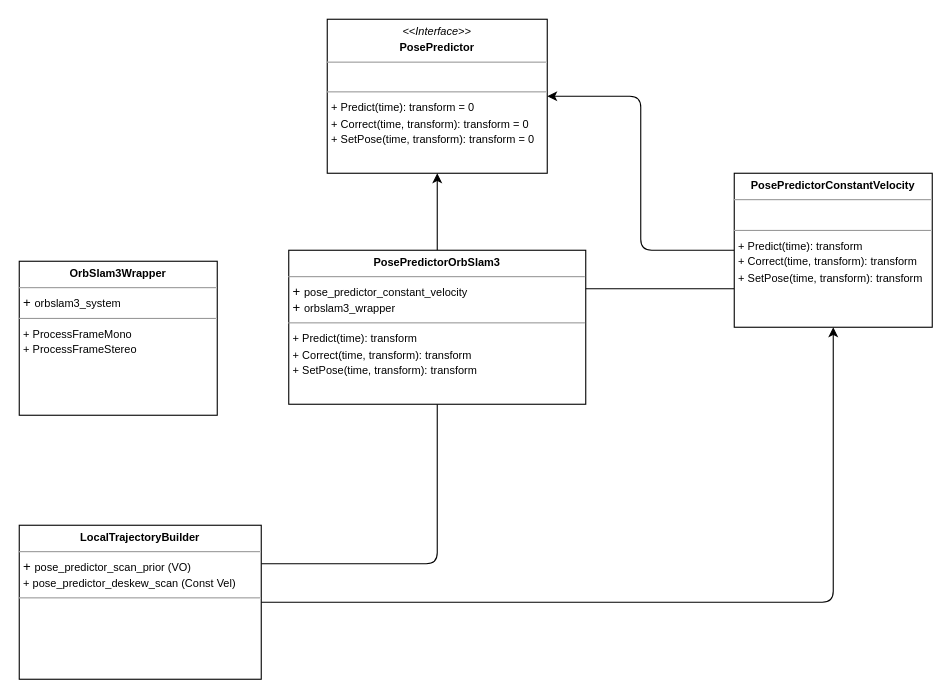
Before: OrbSlam3 Pose Predictor.drawio in arihantlunawat/arihantlunawat, a draw.io diagram. Source tidied: cells renumbered, new cells numbered last; positions are measured from the earlier drawing's top-left corner, leaving out a move shared by most shapes. Both pictures are drawn from the tidied source at 110%, with x=0, y=0 at pixel (19, 19).
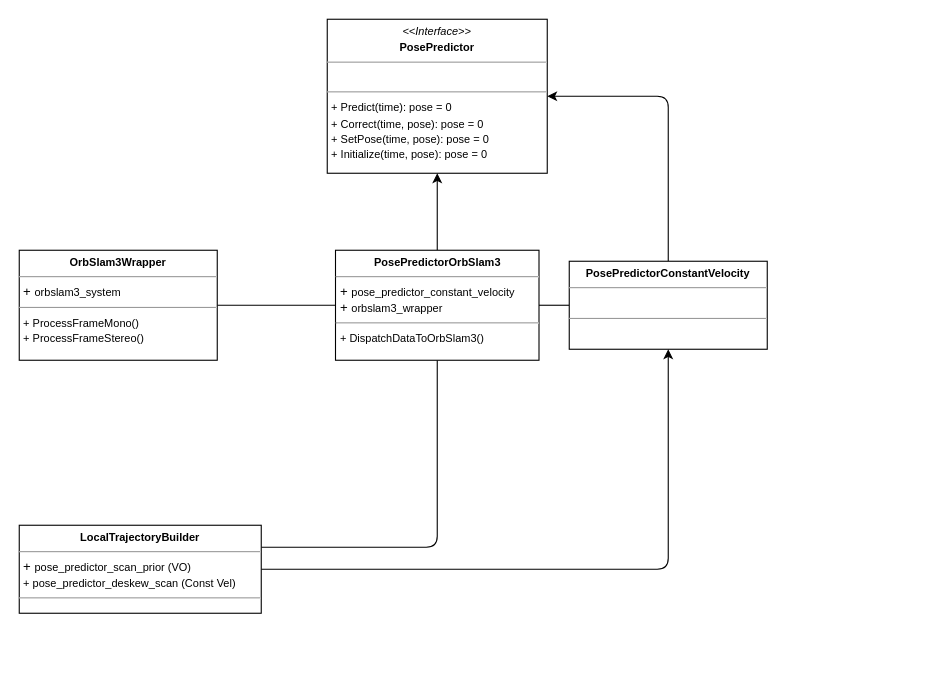
After the change.

The edit, as a diff of the source:
```diff
@@
 <mxGraphModel>
   <root>
     <mxCell id="0" />
     <mxCell id="1" parent="0" />
-    <mxCell id="2" value="&lt;p style=&quot;margin:0px;margin-top:4px;text-align:center;&quot;&gt;&lt;font style=&quot;font-size: 10px;&quot;&gt;&lt;i&gt;&amp;lt;&amp;lt;Interface&amp;gt;&amp;gt;&lt;/i&gt;&lt;br&gt;&lt;b&gt;PosePredictor&lt;/b&gt;&lt;/font&gt;&lt;/p&gt;&lt;hr size=&quot;1&quot;&gt;&lt;p style=&quot;margin:0px;margin-left:4px;&quot;&gt;&lt;br&gt;&lt;/p&gt;&lt;hr size=&quot;1&quot;&gt;&lt;p style=&quot;margin:0px;margin-left:4px;&quot;&gt;&lt;font style=&quot;font-size: 10px;&quot;&gt;+ Predict(time): transform = 0&lt;br&gt;+ Correct(time, transform): transform = 0&lt;/font&gt;&lt;/p&gt;&lt;p style=&quot;margin:0px;margin-left:4px;&quot;&gt;&lt;font style=&quot;font-size: 10px;&quot;&gt;+ SetPose(time, transform): transform = 0&lt;/font&gt;&lt;/p&gt;" style="verticalAlign=top;align=left;overflow=fill;fontSize=12;fontFamily=Helvetica;html=1;rounded=0;shadow=0;comic=0;labelBackgroundColor=none;strokeWidth=1;" parent="1" vertex="1">
+    <mxCell id="2" value="&lt;p style=&quot;margin:0px;margin-top:4px;text-align:center;&quot;&gt;&lt;font style=&quot;font-size: 10px;&quot;&gt;&lt;i&gt;&amp;lt;&amp;lt;Interface&amp;gt;&amp;gt;&lt;/i&gt;&lt;br&gt;&lt;b&gt;PosePredictor&lt;/b&gt;&lt;/font&gt;&lt;/p&gt;&lt;hr size=&quot;1&quot;&gt;&lt;p style=&quot;margin:0px;margin-left:4px;&quot;&gt;&lt;br&gt;&lt;/p&gt;&lt;hr size=&quot;1&quot;&gt;&lt;p style=&quot;margin:0px;margin-left:4px;&quot;&gt;&lt;font style=&quot;font-size: 10px;&quot;&gt;+ Predict(time): pose = 0&lt;br&gt;+ Correct(time, pose): pose = 0&lt;/font&gt;&lt;/p&gt;&lt;p style=&quot;margin:0px;margin-left:4px;&quot;&gt;&lt;font style=&quot;font-size: 10px;&quot;&gt;+ SetPose(time, pose): pose = 0&lt;/font&gt;&lt;/p&gt;&lt;p style=&quot;margin:0px;margin-left:4px;&quot;&gt;&lt;font style=&quot;font-size: 10px;&quot;&gt;+ Initialize(time, pose): pose = 0&lt;/font&gt;&lt;/p&gt;" style="verticalAlign=top;align=left;overflow=fill;fontSize=12;fontFamily=Helvetica;html=1;rounded=0;shadow=0;comic=0;labelBackgroundColor=none;strokeWidth=1;" parent="1" vertex="1">
       <mxGeometry x="280" width="200" height="140" as="geometry" />
     </mxCell>
     <mxCell id="3" style="edgeStyle=orthogonalEdgeStyle;rounded=1;jettySize=auto;html=1;entryX=0.5;entryY=1;entryDx=0;entryDy=0;curved=0;" parent="1" edge="1" source="5" target="2">
       <mxGeometry relative="1" as="geometry" />
     </mxCell>
     <mxCell id="4" style="edgeStyle=orthogonalEdgeStyle;rounded=1;jettySize=auto;html=1;exitX=0.5;exitY=1;exitDx=0;exitDy=0;entryX=1;entryY=0.25;entryDx=0;entryDy=0;endArrow=none;endFill=0;curved=0;" parent="1" edge="1" source="5" target="10">
       <mxGeometry relative="1" as="geometry" />
     </mxCell>
-    <mxCell id="5" value="&lt;p style=&quot;margin:0px;margin-top:4px;text-align:center;&quot;&gt;&lt;b&gt;&lt;font style=&quot;font-size: 10px;&quot;&gt;PosePredictorOrbSlam3&lt;/font&gt;&lt;/b&gt;&lt;/p&gt;&lt;hr size=&quot;1&quot;&gt;&lt;p style=&quot;margin:0px;margin-left:4px;&quot;&gt;+ &lt;font style=&quot;font-size: 10px;&quot;&gt;pose_predictor_constant_velocity&lt;/font&gt;&lt;/p&gt;&lt;p style=&quot;margin:0px;margin-left:4px;&quot;&gt;+ &lt;font style=&quot;font-size: 10px;&quot;&gt;orbslam3_wrapper&lt;/font&gt;&lt;/p&gt;&lt;hr size=&quot;1&quot;&gt;&lt;p style=&quot;margin:0px;margin-left:4px;&quot;&gt;&lt;font style=&quot;font-size: 10px;&quot;&gt;+ Predict(time): transform&lt;br&gt;+ Correct(time, transform): transform&lt;/font&gt;&lt;/p&gt;&lt;p style=&quot;margin:0px;margin-left:4px;&quot;&gt;&lt;font style=&quot;font-size: 10px;&quot;&gt;+ SetPose(time, transform): transform&lt;/font&gt;&lt;/p&gt;" style="verticalAlign=top;align=left;overflow=fill;fontSize=12;fontFamily=Helvetica;html=1;rounded=0;shadow=0;comic=0;labelBackgroundColor=none;strokeWidth=1;" parent="1" vertex="1">
-      <mxGeometry x="245" y="210" width="270" height="140" as="geometry" />
+    <mxCell id="5" value="&lt;p style=&quot;margin:0px;margin-top:4px;text-align:center;&quot;&gt;&lt;b&gt;&lt;font style=&quot;font-size: 10px;&quot;&gt;PosePredictorOrbSlam3&lt;/font&gt;&lt;/b&gt;&lt;/p&gt;&lt;hr size=&quot;1&quot;&gt;&lt;p style=&quot;margin:0px;margin-left:4px;&quot;&gt;+ &lt;font style=&quot;font-size: 10px;&quot;&gt;pose_predictor_constant_velocity&lt;/font&gt;&lt;/p&gt;&lt;p style=&quot;margin:0px;margin-left:4px;&quot;&gt;+ &lt;font style=&quot;font-size: 10px;&quot;&gt;orbslam3_wrapper&lt;/font&gt;&lt;/p&gt;&lt;hr size=&quot;1&quot;&gt;&lt;p style=&quot;margin:0px;margin-left:4px;&quot;&gt;&lt;span style=&quot;font-size: 10px;&quot;&gt;+ DispatchDataToOrbSlam3()&lt;/span&gt;&lt;/p&gt;" style="verticalAlign=top;align=left;overflow=fill;fontSize=12;fontFamily=Helvetica;html=1;rounded=0;shadow=0;comic=0;labelBackgroundColor=none;strokeWidth=1;" parent="1" vertex="1">
+      <mxGeometry x="287.5" y="210" width="185" height="100" as="geometry" />
     </mxCell>
-    <mxCell id="6" style="edgeStyle=orthogonalEdgeStyle;rounded=1;jettySize=auto;html=1;exitX=0;exitY=0.5;exitDx=0;exitDy=0;entryX=1;entryY=0.5;entryDx=0;entryDy=0;curved=0;" parent="1" edge="1" source="8" target="2">
+    <mxCell id="6" style="edgeStyle=orthogonalEdgeStyle;rounded=1;jettySize=auto;html=1;exitX=0.5;exitY=0;exitDx=0;exitDy=0;entryX=1;entryY=0.5;entryDx=0;entryDy=0;curved=0;" parent="1" edge="1" source="8" target="2">
       <mxGeometry relative="1" as="geometry" />
     </mxCell>
-    <mxCell id="7" style="edgeStyle=orthogonalEdgeStyle;rounded=0;jettySize=auto;html=1;exitX=0;exitY=0.75;exitDx=0;exitDy=0;entryX=1;entryY=0.25;entryDx=0;entryDy=0;endArrow=none;endFill=0;" parent="1" edge="1" source="8" target="5">
+    <mxCell id="7" style="edgeStyle=orthogonalEdgeStyle;rounded=0;jettySize=auto;html=1;exitX=0;exitY=0.5;exitDx=0;exitDy=0;entryX=1;entryY=0.5;entryDx=0;entryDy=0;endArrow=none;endFill=0;" parent="1" edge="1" source="8" target="5">
       <mxGeometry relative="1" as="geometry" />
     </mxCell>
-    <mxCell id="8" value="&lt;p style=&quot;margin:0px;margin-top:4px;text-align:center;&quot;&gt;&lt;b&gt;&lt;font style=&quot;font-size: 10px;&quot;&gt;PosePredictorConstantVelocity&lt;/font&gt;&lt;/b&gt;&lt;/p&gt;&lt;hr size=&quot;1&quot;&gt;&lt;p style=&quot;margin:0px;margin-left:4px;&quot;&gt;&lt;br&gt;&lt;/p&gt;&lt;hr size=&quot;1&quot;&gt;&lt;p style=&quot;margin:0px;margin-left:4px;&quot;&gt;&lt;font style=&quot;font-size: 10px;&quot;&gt;+ Predict(time): transform&lt;br&gt;+ Correct(time, transform): transform&lt;/font&gt;&lt;/p&gt;&lt;p style=&quot;margin:0px;margin-left:4px;&quot;&gt;&lt;font style=&quot;font-size: 10px;&quot;&gt;+ SetPose(time, transform): transform&lt;/font&gt;&lt;/p&gt;" style="verticalAlign=top;align=left;overflow=fill;fontSize=12;fontFamily=Helvetica;html=1;rounded=0;shadow=0;comic=0;labelBackgroundColor=none;strokeWidth=1;" parent="1" vertex="1">
-      <mxGeometry x="650" y="140" width="180" height="140" as="geometry" />
+    <mxCell id="8" value="&lt;p style=&quot;margin:0px;margin-top:4px;text-align:center;&quot;&gt;&lt;b&gt;&lt;font style=&quot;font-size: 10px;&quot;&gt;PosePredictorConstantVelocity&lt;/font&gt;&lt;/b&gt;&lt;/p&gt;&lt;hr size=&quot;1&quot;&gt;&lt;p style=&quot;margin:0px;margin-left:4px;&quot;&gt;&lt;br&gt;&lt;/p&gt;&lt;hr size=&quot;1&quot;&gt;&lt;p style=&quot;margin:0px;margin-left:4px;&quot;&gt;&lt;br&gt;&lt;/p&gt;" style="verticalAlign=top;align=left;overflow=fill;fontSize=12;fontFamily=Helvetica;html=1;rounded=0;shadow=0;comic=0;labelBackgroundColor=none;strokeWidth=1;" parent="1" vertex="1">
+      <mxGeometry x="500" y="220" width="180" height="80" as="geometry" />
     </mxCell>
     <mxCell id="9" style="edgeStyle=orthogonalEdgeStyle;rounded=1;jettySize=auto;html=1;exitX=1;exitY=0.5;exitDx=0;exitDy=0;entryX=0.5;entryY=1;entryDx=0;entryDy=0;curved=0;" parent="1" edge="1" source="10" target="8">
       <mxGeometry relative="1" as="geometry" />
     </mxCell>
     <mxCell id="10" value="&lt;p style=&quot;margin:0px;margin-top:4px;text-align:center;&quot;&gt;&lt;b&gt;&lt;font style=&quot;font-size: 10px;&quot;&gt;LocalTrajectoryBuilder&lt;/font&gt;&lt;/b&gt;&lt;/p&gt;&lt;hr size=&quot;1&quot;&gt;&lt;p style=&quot;margin:0px;margin-left:4px;&quot;&gt;+ &lt;font style=&quot;font-size: 10px;&quot;&gt;pose_predictor_scan_prior (VO)&lt;/font&gt;&lt;/p&gt;&lt;p style=&quot;margin:0px;margin-left:4px;&quot;&gt;&lt;font style=&quot;font-size: 10px;&quot;&gt;+ pose_predictor_deskew_scan (Const Vel)&lt;/font&gt;&lt;/p&gt;&lt;hr size=&quot;1&quot;&gt;&lt;p style=&quot;margin:0px;margin-left:4px;&quot;&gt;&lt;br&gt;&lt;/p&gt;" style="verticalAlign=top;align=left;overflow=fill;fontSize=12;fontFamily=Helvetica;html=1;rounded=0;shadow=0;comic=0;labelBackgroundColor=none;strokeWidth=1;" parent="1" vertex="1">
-      <mxGeometry y="460" width="220" height="140" as="geometry" />
+      <mxGeometry y="460" width="220" height="80" as="geometry" />
     </mxCell>
+    <mxCell id="12" style="edgeStyle=orthogonalEdgeStyle;rounded=1;jettySize=auto;html=1;entryX=0;entryY=0.5;entryDx=0;entryDy=0;endArrow=none;endFill=0;curved=0;" parent="1" edge="1" source="11" target="5">
+      <mxGeometry relative="1" as="geometry" />
+    </mxCell>
-    <mxCell id="11" value="&lt;p style=&quot;margin:0px;margin-top:4px;text-align:center;&quot;&gt;&lt;b&gt;&lt;font style=&quot;font-size: 10px;&quot;&gt;OrbSlam3Wrapper&lt;/font&gt;&lt;/b&gt;&lt;/p&gt;&lt;hr size=&quot;1&quot;&gt;&lt;p style=&quot;margin:0px;margin-left:4px;&quot;&gt;+ &lt;font style=&quot;font-size: 10px;&quot;&gt;orbslam3_system&lt;/font&gt;&lt;/p&gt;&lt;hr size=&quot;1&quot;&gt;&lt;p style=&quot;margin:0px;margin-left:4px;&quot;&gt;&lt;font style=&quot;font-size: 10px;&quot;&gt;+ ProcessFrameMono&lt;/font&gt;&lt;/p&gt;&lt;p style=&quot;margin:0px;margin-left:4px;&quot;&gt;&lt;font style=&quot;font-size: 10px;&quot;&gt;+ ProcessFrameStereo&lt;/font&gt;&lt;/p&gt;" style="verticalAlign=top;align=left;overflow=fill;fontSize=12;fontFamily=Helvetica;html=1;rounded=0;shadow=0;comic=0;labelBackgroundColor=none;strokeWidth=1;" parent="1" vertex="1">
-      <mxGeometry y="220" width="180" height="140" as="geometry" />
+    <mxCell id="11" value="&lt;p style=&quot;margin:0px;margin-top:4px;text-align:center;&quot;&gt;&lt;b&gt;&lt;font style=&quot;font-size: 10px;&quot;&gt;OrbSlam3Wrapper&lt;/font&gt;&lt;/b&gt;&lt;/p&gt;&lt;hr size=&quot;1&quot;&gt;&lt;p style=&quot;margin:0px;margin-left:4px;&quot;&gt;+ &lt;font style=&quot;font-size: 10px;&quot;&gt;orbslam3_system&lt;/font&gt;&lt;/p&gt;&lt;hr size=&quot;1&quot;&gt;&lt;p style=&quot;margin:0px;margin-left:4px;&quot;&gt;&lt;font style=&quot;font-size: 10px;&quot;&gt;+ ProcessFrameMono()&lt;/font&gt;&lt;/p&gt;&lt;p style=&quot;margin:0px;margin-left:4px;&quot;&gt;&lt;font style=&quot;font-size: 10px;&quot;&gt;+ ProcessFrameStereo()&lt;/font&gt;&lt;/p&gt;" style="verticalAlign=top;align=left;overflow=fill;fontSize=12;fontFamily=Helvetica;html=1;rounded=0;shadow=0;comic=0;labelBackgroundColor=none;strokeWidth=1;" parent="1" vertex="1">
+      <mxGeometry y="210" width="180" height="100" as="geometry" />
     </mxCell>
   </root>
 </mxGraphModel>
```
